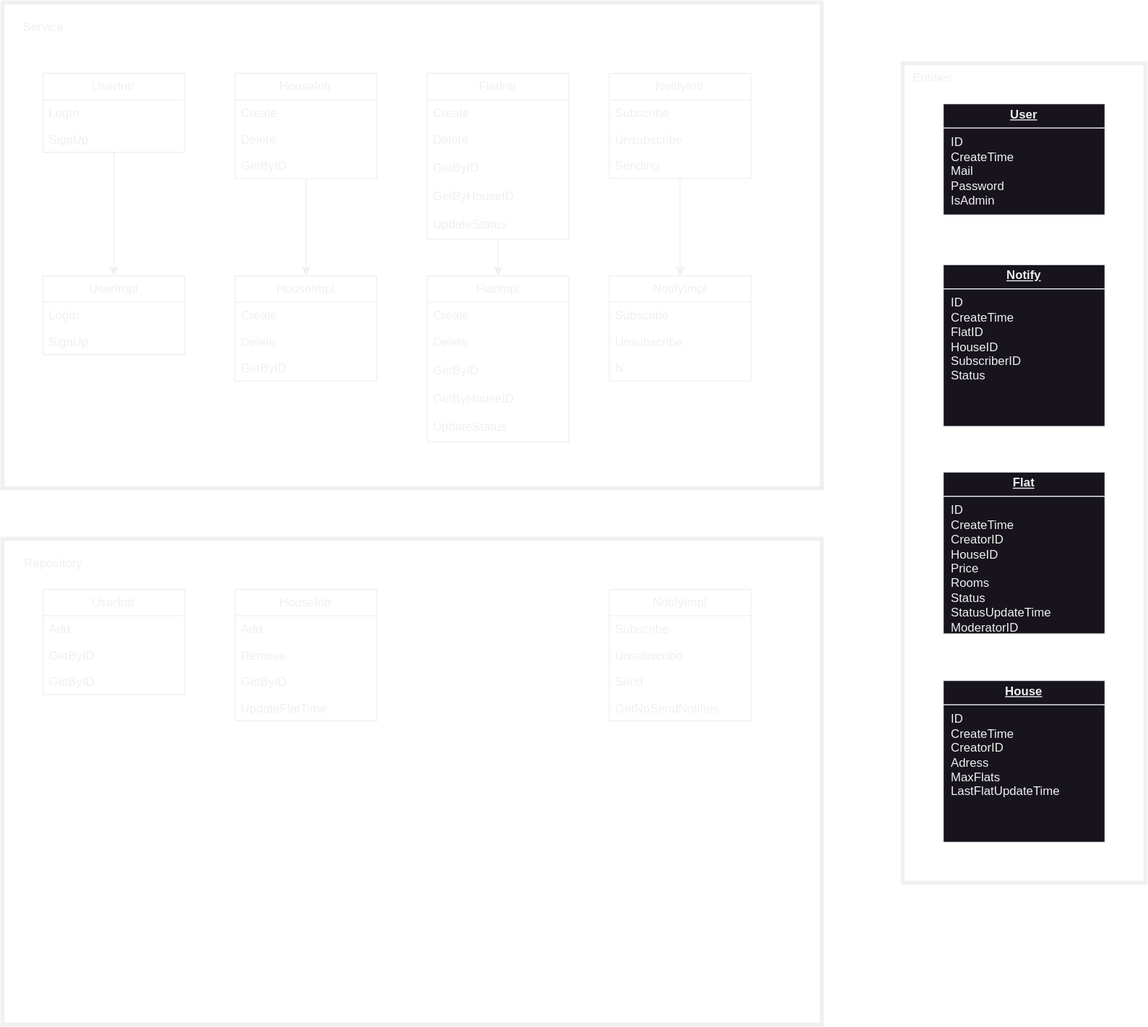
zhuk0vskiy/avito-bootcamp keeps this draw.io diagram as docs/img/backend_uml.svg. Above is the earlier version. Source tidied: cells renumbered, new cells last; positions are measured from the earlier drawing's top-left corner, leaving out a move shared by most shapes.
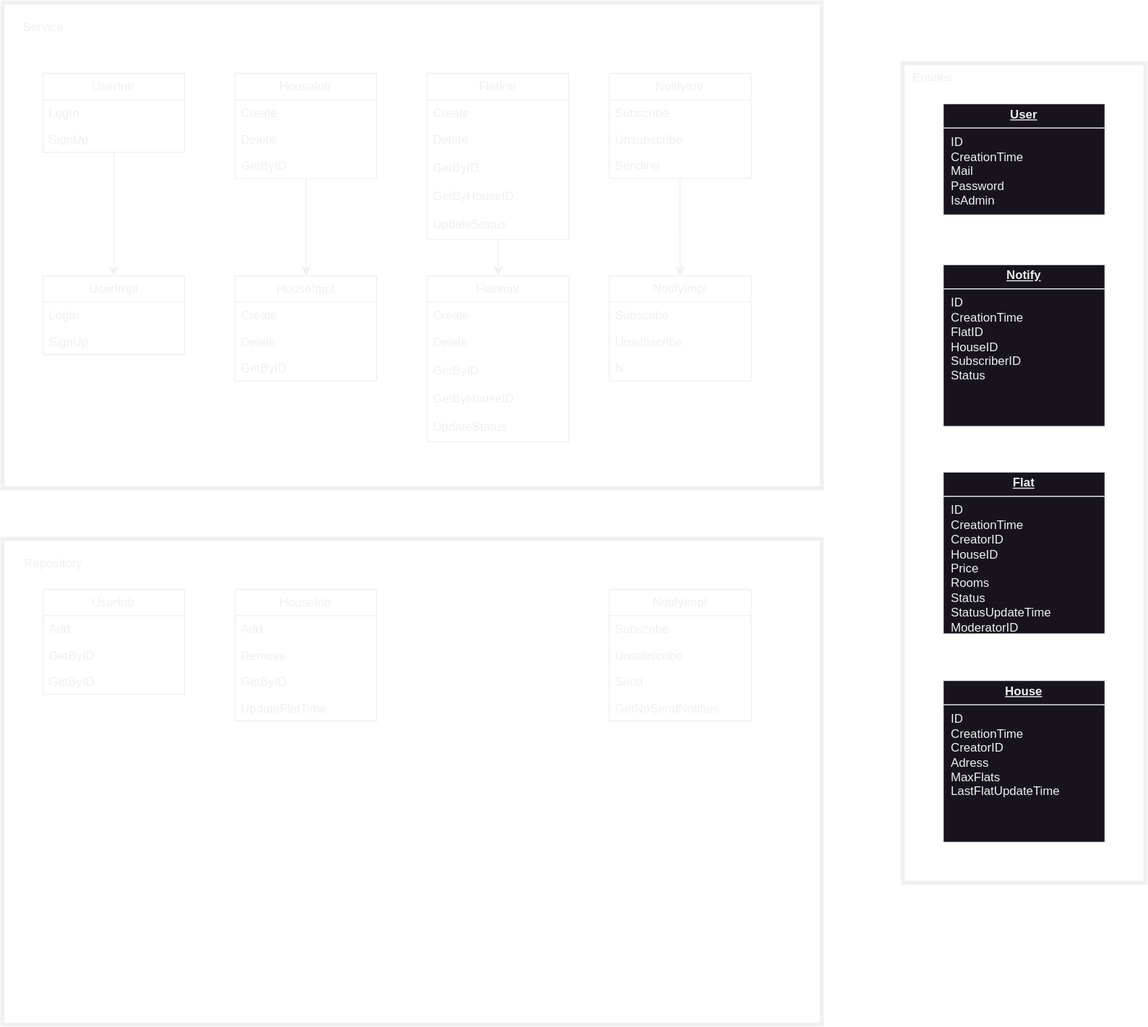
Above is the later version.

Change to the diagram source:
```diff
@@ -14,16 +14,16 @@
     <mxCell id="5" value="SignUp" style="text;strokeColor=none;fillColor=none;align=left;verticalAlign=top;spacingLeft=4;spacingRight=4;overflow=hidden;whiteSpace=wrap;html=1;" parent="3" vertex="1">
       <mxGeometry y="52" width="140" height="26" as="geometry" />
     </mxCell>
-    <mxCell id="6" value="&lt;p style=&quot;margin:0px;margin-top:4px;text-align:center;text-decoration:underline;&quot;&gt;&lt;b&gt;Flat&lt;/b&gt;&lt;/p&gt;&lt;hr size=&quot;1&quot; style=&quot;border-style:solid;&quot;&gt;&lt;p style=&quot;margin:0px;margin-left:8px;&quot;&gt;ID&lt;br&gt;CreateTime&lt;br&gt;CreatorID&lt;/p&gt;&lt;p style=&quot;margin:0px;margin-left:8px;&quot;&gt;HouseID&lt;br&gt;&lt;/p&gt;&lt;p style=&quot;margin:0px;margin-left:8px;&quot;&gt;Price&lt;br&gt;Rooms&lt;br&gt;Status&lt;br&gt;StatusUpdateTime&lt;br&gt;ModeratorID&lt;/p&gt;" style="verticalAlign=top;align=left;overflow=fill;html=1;whiteSpace=wrap;" parent="1" vertex="1">
+    <mxCell id="6" value="&lt;p style=&quot;margin:0px;margin-top:4px;text-align:center;text-decoration:underline;&quot;&gt;&lt;b&gt;Flat&lt;/b&gt;&lt;/p&gt;&lt;hr size=&quot;1&quot; style=&quot;border-style:solid;&quot;&gt;&lt;p style=&quot;margin:0px;margin-left:8px;&quot;&gt;ID&lt;br&gt;CreationTime&lt;br&gt;CreatorID&lt;/p&gt;&lt;p style=&quot;margin:0px;margin-left:8px;&quot;&gt;HouseID&lt;br&gt;&lt;/p&gt;&lt;p style=&quot;margin:0px;margin-left:8px;&quot;&gt;Price&lt;br&gt;Rooms&lt;br&gt;Status&lt;br&gt;StatusUpdateTime&lt;br&gt;ModeratorID&lt;/p&gt;" style="verticalAlign=top;align=left;overflow=fill;html=1;whiteSpace=wrap;" parent="1" vertex="1">
       <mxGeometry x="930" y="464" width="160" height="160" as="geometry" />
     </mxCell>
-    <mxCell id="7" value="&lt;p style=&quot;margin:0px;margin-top:4px;text-align:center;text-decoration:underline;&quot;&gt;&lt;b&gt;House&lt;/b&gt;&lt;/p&gt;&lt;hr size=&quot;1&quot; style=&quot;border-style:solid;&quot;&gt;&lt;p style=&quot;margin:0px;margin-left:8px;&quot;&gt;ID&lt;br&gt;CreateTime&lt;/p&gt;&lt;p style=&quot;margin:0px;margin-left:8px;&quot;&gt;CreatorID&lt;br&gt;Adress&lt;br&gt;MaxFlats&lt;br&gt;LastFlatUpdateTime&lt;/p&gt;&lt;p style=&quot;margin:0px;margin-left:8px;&quot;&gt;&lt;br&gt;&lt;/p&gt;" style="verticalAlign=top;align=left;overflow=fill;html=1;whiteSpace=wrap;" parent="1" vertex="1">
+    <mxCell id="7" value="&lt;p style=&quot;margin:0px;margin-top:4px;text-align:center;text-decoration:underline;&quot;&gt;&lt;b&gt;House&lt;/b&gt;&lt;/p&gt;&lt;hr size=&quot;1&quot; style=&quot;border-style:solid;&quot;&gt;&lt;p style=&quot;margin:0px;margin-left:8px;&quot;&gt;ID&lt;br&gt;CreationTime&lt;/p&gt;&lt;p style=&quot;margin:0px;margin-left:8px;&quot;&gt;CreatorID&lt;br&gt;Adress&lt;br&gt;MaxFlats&lt;br&gt;LastFlatUpdateTime&lt;/p&gt;&lt;p style=&quot;margin:0px;margin-left:8px;&quot;&gt;&lt;br&gt;&lt;/p&gt;" style="verticalAlign=top;align=left;overflow=fill;html=1;whiteSpace=wrap;" parent="1" vertex="1">
       <mxGeometry x="930" y="670" width="160" height="160" as="geometry" />
     </mxCell>
-    <mxCell id="8" value="&lt;p style=&quot;margin:0px;margin-top:4px;text-align:center;text-decoration:underline;&quot;&gt;&lt;b&gt;Notify&lt;/b&gt;&lt;/p&gt;&lt;hr size=&quot;1&quot; style=&quot;border-style:solid;&quot;&gt;&lt;p style=&quot;margin:0px;margin-left:8px;&quot;&gt;ID&lt;br&gt;CreateTime&lt;br&gt;FlatID&lt;/p&gt;&lt;p style=&quot;margin:0px;margin-left:8px;&quot;&gt;HouseID&lt;br&gt;&lt;/p&gt;&lt;p style=&quot;margin:0px;margin-left:8px;&quot;&gt;SubscriberID&lt;br&gt;Status&lt;br&gt;&lt;/p&gt;" style="verticalAlign=top;align=left;overflow=fill;html=1;whiteSpace=wrap;" parent="1" vertex="1">
+    <mxCell id="8" value="&lt;p style=&quot;margin:0px;margin-top:4px;text-align:center;text-decoration:underline;&quot;&gt;&lt;b&gt;Notify&lt;/b&gt;&lt;/p&gt;&lt;hr size=&quot;1&quot; style=&quot;border-style:solid;&quot;&gt;&lt;p style=&quot;margin:0px;margin-left:8px;&quot;&gt;ID&lt;br&gt;CreationTime&lt;br&gt;FlatID&lt;/p&gt;&lt;p style=&quot;margin:0px;margin-left:8px;&quot;&gt;HouseID&lt;br&gt;&lt;/p&gt;&lt;p style=&quot;margin:0px;margin-left:8px;&quot;&gt;SubscriberID&lt;br&gt;Status&lt;br&gt;&lt;/p&gt;" style="verticalAlign=top;align=left;overflow=fill;html=1;whiteSpace=wrap;" parent="1" vertex="1">
       <mxGeometry x="930" y="259" width="160" height="160" as="geometry" />
     </mxCell>
-    <mxCell id="9" value="&lt;p style=&quot;margin:0px;margin-top:4px;text-align:center;text-decoration:underline;&quot;&gt;&lt;b&gt;User&lt;/b&gt;&lt;/p&gt;&lt;hr size=&quot;1&quot; style=&quot;border-style:solid;&quot;&gt;&lt;p style=&quot;margin:0px;margin-left:8px;&quot;&gt;ID&lt;br&gt;CreateTime&lt;br&gt;Mail&lt;/p&gt;&lt;p style=&quot;margin:0px;margin-left:8px;&quot;&gt;Password&lt;/p&gt;&lt;p style=&quot;margin:0px;margin-left:8px;&quot;&gt;IsAdmin&lt;br&gt;&lt;/p&gt;" style="verticalAlign=top;align=left;overflow=fill;html=1;whiteSpace=wrap;" parent="1" vertex="1">
+    <mxCell id="9" value="&lt;p style=&quot;margin:0px;margin-top:4px;text-align:center;text-decoration:underline;&quot;&gt;&lt;b&gt;User&lt;/b&gt;&lt;/p&gt;&lt;hr size=&quot;1&quot; style=&quot;border-style:solid;&quot;&gt;&lt;p style=&quot;margin:0px;margin-left:8px;&quot;&gt;ID&lt;br&gt;CreationTime&lt;br&gt;Mail&lt;/p&gt;&lt;p style=&quot;margin:0px;margin-left:8px;&quot;&gt;Password&lt;/p&gt;&lt;p style=&quot;margin:0px;margin-left:8px;&quot;&gt;IsAdmin&lt;br&gt;&lt;/p&gt;" style="verticalAlign=top;align=left;overflow=fill;html=1;whiteSpace=wrap;" parent="1" vertex="1">
       <mxGeometry x="930" y="100" width="160" height="110" as="geometry" />
     </mxCell>
     <mxCell id="10" value="UserImpl" style="swimlane;fontStyle=0;horizontal=1;startSize=26;fillColor=none;whiteSpace=wrap;html=1;" parent="1" vertex="1">
```
